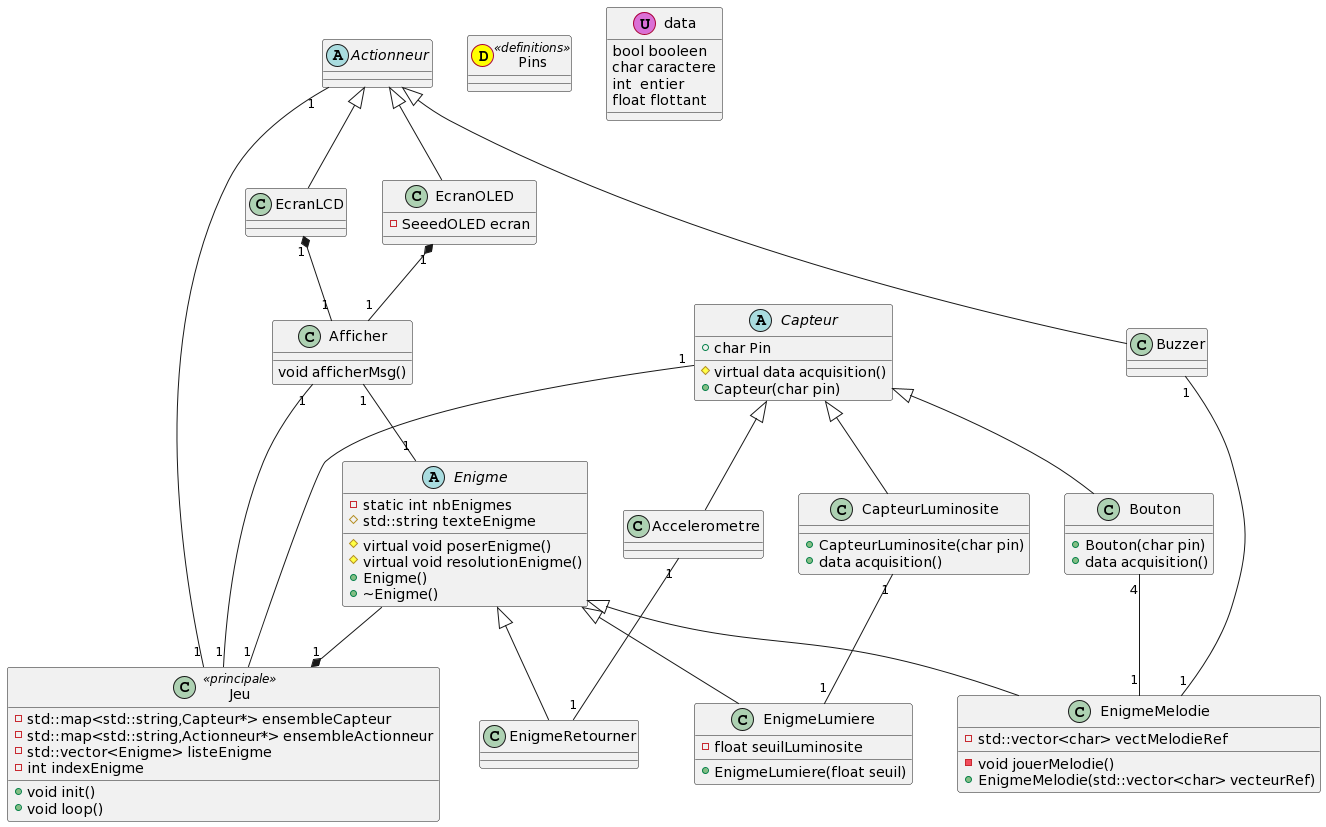
This is dclass.png from G-DeFreitas/BE_CPP, a PlantUML export, as it was before one commit.
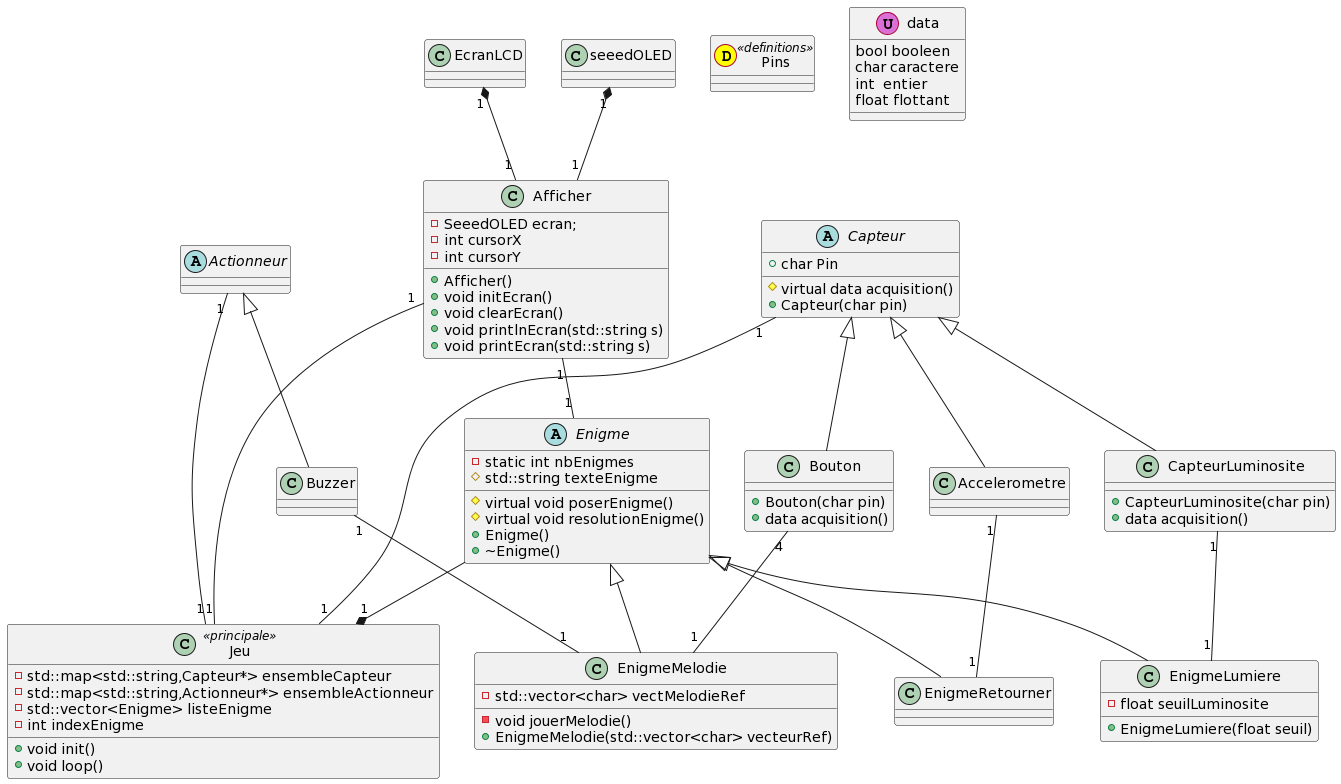
After the commit.

Change to the diagram source:
```diff
@@ -48,15 +48,20 @@
 }
 
 class Afficher {
-void afficherMsg()
+-SeeedOLED ecran;
+-int cursorX
+-int cursorY
++Afficher()
++void initEcran()
++void clearEcran()
++void printlnEcran(std::string s)
++void printEcran(std::string s)
 }
 
 
 abstract class Actionneur
 class EcranLCD
-class EcranOLED{
-    - SeeedOLED ecran
-}
+class seeedOLED
 class Buzzer
 
 class data << (U,orchid) >> {
@@ -81,12 +86,10 @@
 EnigmeMelodie     "1" -up- "1"  Buzzer
 EnigmeLumiere   "1" -up- "1"  CapteurLuminosite
 
-Actionneur <|-down- EcranLCD
-Actionneur <|-down- EcranOLED
 Actionneur <|-down- Buzzer
 
 EcranLCD "1" *-down- "1" Afficher
-EcranOLED "1" *-down- "1" Afficher
+seeedOLED "1" *-down- "1" Afficher
 
 Capteur <|-down- Bouton
 Capteur <|-down- Accelerometre
```
